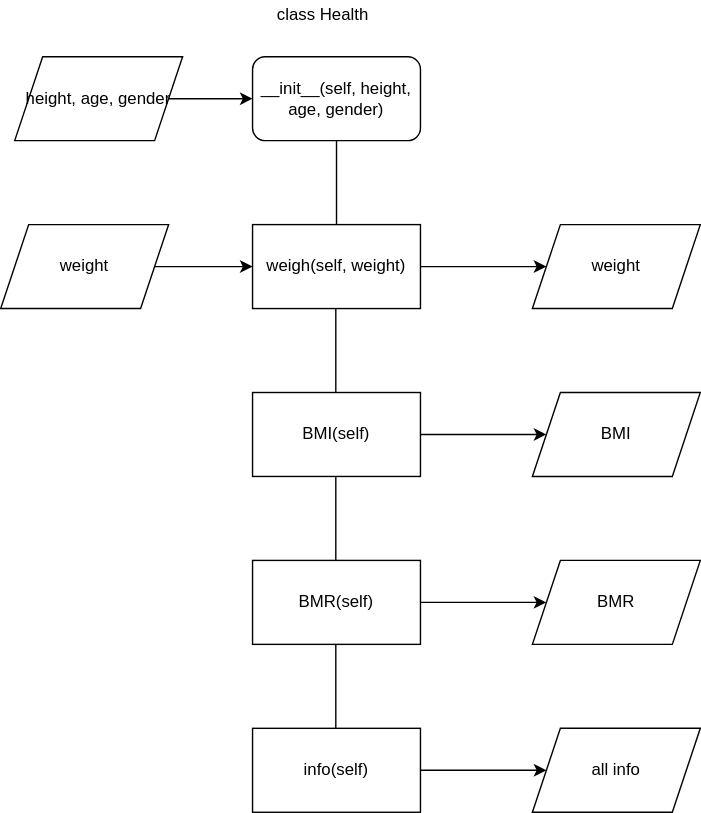
The draw.io diagram Health.drawio.svg in ZacksAmber/Flowcharts, before a commit. Source tidied: cells renumbered, new cells last; positions are measured from the earlier drawing's top-left corner, leaving out a move shared by most shapes.
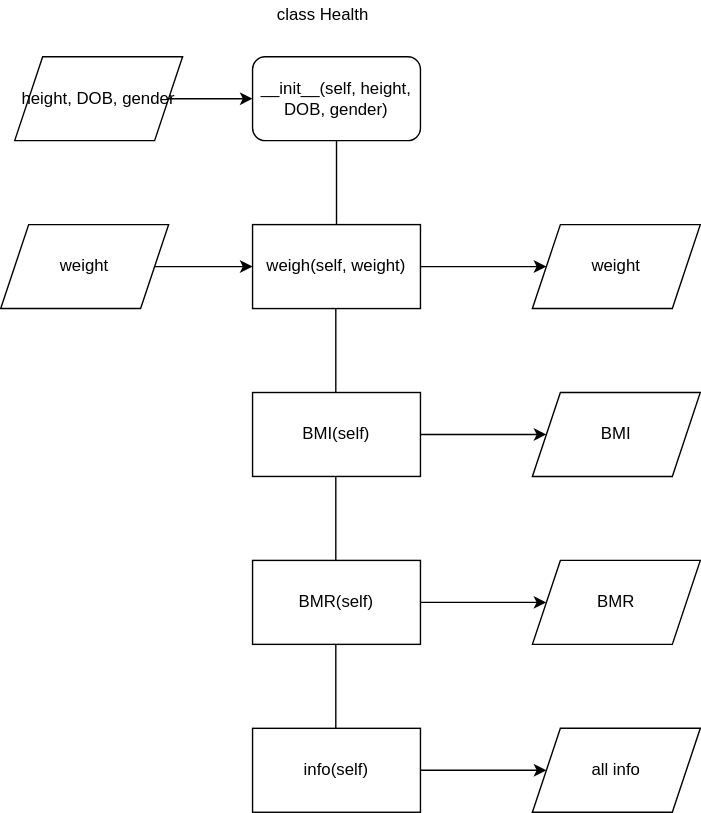
After the commit.

The edit, as a diff of the source:
```diff
@@ -2,7 +2,7 @@
   <root>
     <mxCell id="0" />
     <mxCell id="1" parent="0" />
-    <mxCell id="2" value="__init__(self, height, age, gender)" style="rounded=1;whiteSpace=wrap;html=1;" parent="1" vertex="1">
+    <mxCell id="2" value="__init__(self, height, DOB, gender)" style="rounded=1;whiteSpace=wrap;html=1;" parent="1" vertex="1">
       <mxGeometry x="180" y="40" width="120" height="60" as="geometry" />
     </mxCell>
     <mxCell id="3" value="class Health" style="text;html=1;align=center;verticalAlign=middle;fillColor=none;strokeColor=none;rounded=0;" parent="1" vertex="1">
@@ -11,7 +11,7 @@
     <mxCell id="4" style="edgeStyle=orthogonalEdgeStyle;rounded=0;jettySize=auto;html=1;" parent="1" edge="1" source="5" target="2">
       <mxGeometry relative="1" as="geometry" />
     </mxCell>
-    <mxCell id="5" value="height, age, gender" style="shape=parallelogram;perimeter=parallelogramPerimeter;whiteSpace=wrap;html=1;fixedSize=1;" parent="1" vertex="1">
+    <mxCell id="5" value="height, DOB, gender" style="shape=parallelogram;perimeter=parallelogramPerimeter;whiteSpace=wrap;html=1;fixedSize=1;" parent="1" vertex="1">
       <mxGeometry x="10" y="40" width="120" height="60" as="geometry" />
     </mxCell>
     <mxCell id="6" style="edgeStyle=orthogonalEdgeStyle;rounded=0;jettySize=auto;html=1;" parent="1" edge="1" source="7" target="15">
```
